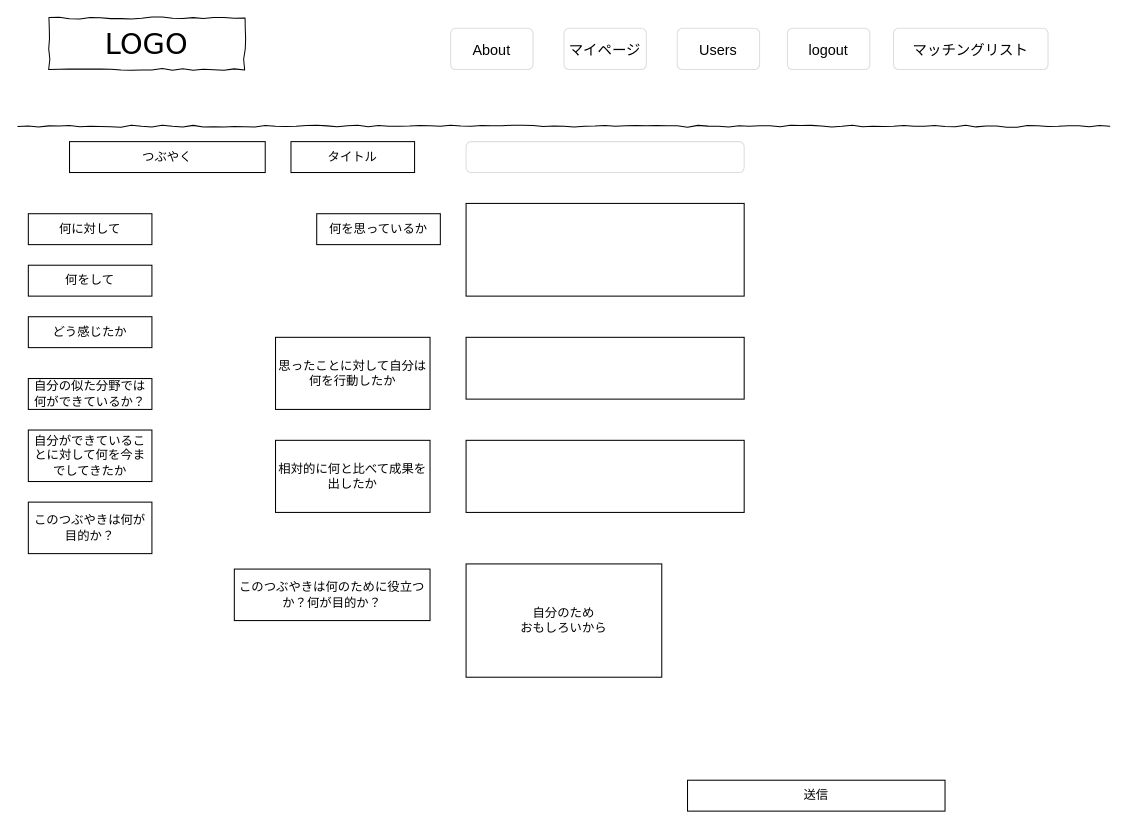
kyon-kyon/writer-match keeps this draw.io diagram as page "つぶやくページ" (11 of 16) of 名称未設定ファイル.drawio. Above is the earlier version. Source tidied: cells renumbered, new cells numbered last; positions are measured from the earlier drawing's top-left corner, leaving out a move shared by most shapes. Both pictures are drawn from the tidied source at 103%, with x=0, y=0 at pixel (18, 18).
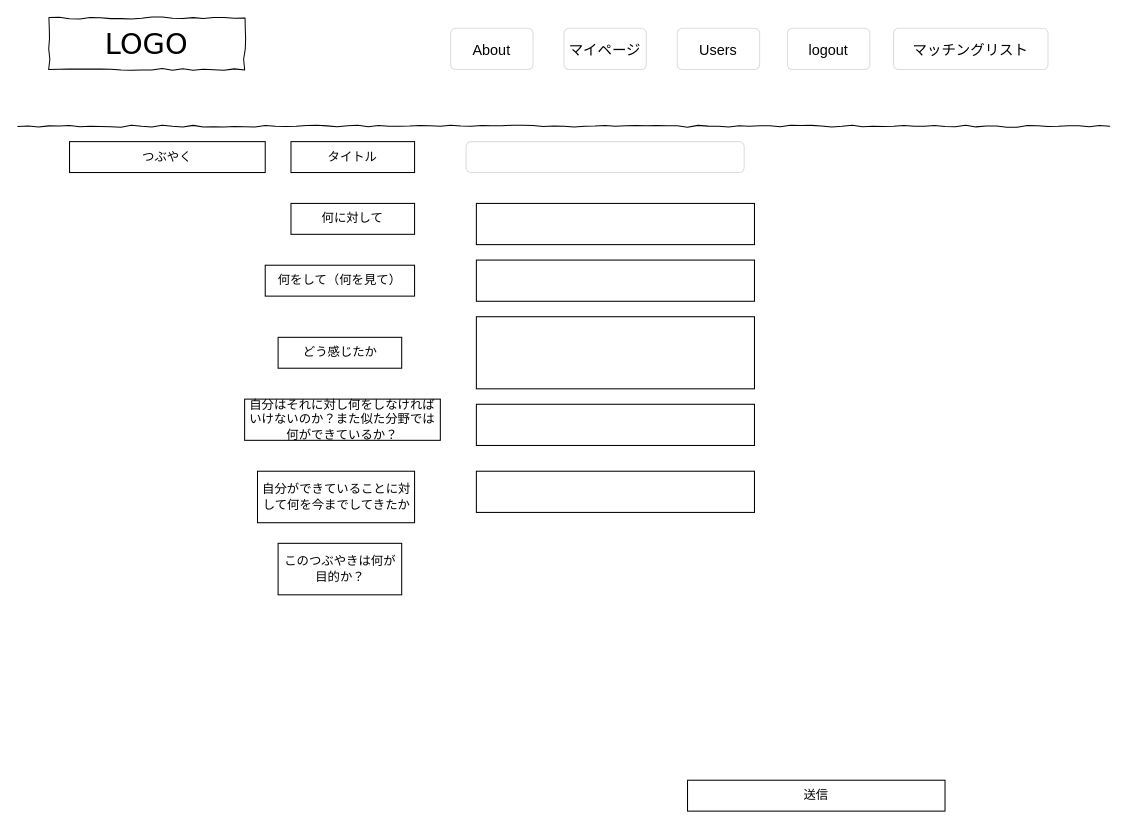
After the change.

Change to the diagram source:
```diff
@@
-    <mxCell id="10" style="rounded=0;whiteSpace=wrap;html=1;" parent="1" vertex="1">
-      <mxGeometry x="435" y="180" width="270" height="90" as="geometry" />
-    </mxCell>
@@
-    <mxCell id="14" value="思ったことに対して自分は何を行動したか" style="rounded=0;whiteSpace=wrap;html=1;" parent="1" vertex="1">
-      <mxGeometry x="250" y="310" width="150" height="70" as="geometry" />
-    </mxCell>
@@
     <mxCell id="16" value="何に対して" style="rounded=0;whiteSpace=wrap;html=1;" parent="1" vertex="1">
-      <mxGeometry x="10" y="190" width="120" height="30" as="geometry" />
+      <mxGeometry x="265" y="180" width="120" height="30" as="geometry" />
     </mxCell>
-    <mxCell id="17" style="rounded=0;whiteSpace=wrap;html=1;" parent="1" vertex="1">
-      <mxGeometry x="435" y="310" width="270" height="60" as="geometry" />
-    </mxCell>
-    <mxCell id="18" value="このつぶやきは何のために役立つか？何が目的か？" style="rounded=0;whiteSpace=wrap;html=1;" parent="1" vertex="1">
-      <mxGeometry x="210" y="535" width="190" height="50" as="geometry" />
-    </mxCell>
-    <mxCell id="19" value="自分のため&lt;br&gt;おもしろいから" style="rounded=0;whiteSpace=wrap;html=1;" parent="1" vertex="1">
-      <mxGeometry x="435" y="530" width="190" height="110" as="geometry" />
-    </mxCell>
-    <mxCell id="20" style="rounded=0;whiteSpace=wrap;html=1;" parent="1" vertex="1">
-      <mxGeometry x="435" y="410" width="270" height="70" as="geometry" />
-    </mxCell>
-    <mxCell id="21" value="相対的に何と比べて成果を出したか" style="rounded=0;whiteSpace=wrap;html=1;" parent="1" vertex="1">
-      <mxGeometry x="250" y="410" width="150" height="70" as="geometry" />
-    </mxCell>
-    <mxCell id="22" value="何を思っているか" style="rounded=0;whiteSpace=wrap;html=1;" parent="1" vertex="1">
-      <mxGeometry x="290" y="190" width="120" height="30" as="geometry" />
-    </mxCell>
-    <mxCell id="23" value="何をして" style="rounded=0;whiteSpace=wrap;html=1;" parent="1" vertex="1">
-      <mxGeometry x="10" y="240" width="120" height="30" as="geometry" />
+    <mxCell id="23" value="何をして（何を見て）" style="rounded=0;whiteSpace=wrap;html=1;" parent="1" vertex="1">
+      <mxGeometry x="240" y="240" width="145" height="30" as="geometry" />
     </mxCell>
-    <mxCell id="24" value="自分の似た分野では何ができているか？" style="rounded=0;whiteSpace=wrap;html=1;" parent="1" vertex="1">
-      <mxGeometry x="10" y="350" width="120" height="30" as="geometry" />
-    </mxCell>
     <mxCell id="25" value="どう感じたか" style="rounded=0;whiteSpace=wrap;html=1;" parent="1" vertex="1">
-      <mxGeometry x="10" y="290" width="120" height="30" as="geometry" />
+      <mxGeometry x="252.5" y="310" width="120" height="30" as="geometry" />
     </mxCell>
+    <mxCell id="27" value="このつぶやきは何が目的か？" style="rounded=0;whiteSpace=wrap;html=1;" parent="1" vertex="1">
+      <mxGeometry x="252.5" y="510" width="120" height="50" as="geometry" />
+    </mxCell>
+    <mxCell id="28" style="rounded=0;whiteSpace=wrap;html=1;" parent="1" vertex="1">
+      <mxGeometry x="445" y="235" width="270" height="40" as="geometry" />
+    </mxCell>
+    <mxCell id="29" style="rounded=0;whiteSpace=wrap;html=1;" parent="1" vertex="1">
+      <mxGeometry x="445" y="180" width="270" height="40" as="geometry" />
+    </mxCell>
+    <mxCell id="30" style="rounded=0;whiteSpace=wrap;html=1;" parent="1" vertex="1">
+      <mxGeometry x="445" y="290" width="270" height="70" as="geometry" />
+    </mxCell>
+    <mxCell id="31" value="自分はそれに対し何をしなければいけないのか？また似た分野では何ができているか？" style="rounded=0;whiteSpace=wrap;html=1;" parent="1" vertex="1">
+      <mxGeometry x="220" y="370" width="190" height="40" as="geometry" />
+    </mxCell>
+    <mxCell id="32" style="rounded=0;whiteSpace=wrap;html=1;" parent="1" vertex="1">
+      <mxGeometry x="445" y="375" width="270" height="40" as="geometry" />
+    </mxCell>
     <mxCell id="26" value="自分ができていることに対して何を今までしてきたか" style="rounded=0;whiteSpace=wrap;html=1;" parent="1" vertex="1">
-      <mxGeometry x="10" y="400" width="120" height="50" as="geometry" />
+      <mxGeometry x="232.5" y="440" width="152.5" height="50" as="geometry" />
     </mxCell>
-    <mxCell id="27" value="このつぶやきは何が目的か？" style="rounded=0;whiteSpace=wrap;html=1;" parent="1" vertex="1">
-      <mxGeometry x="10" y="470" width="120" height="50" as="geometry" />
-    </mxCell>
+    <mxCell id="33" style="rounded=0;whiteSpace=wrap;html=1;" parent="1" vertex="1">
+      <mxGeometry x="445" y="440" width="270" height="40" as="geometry" />
+    </mxCell>
```
